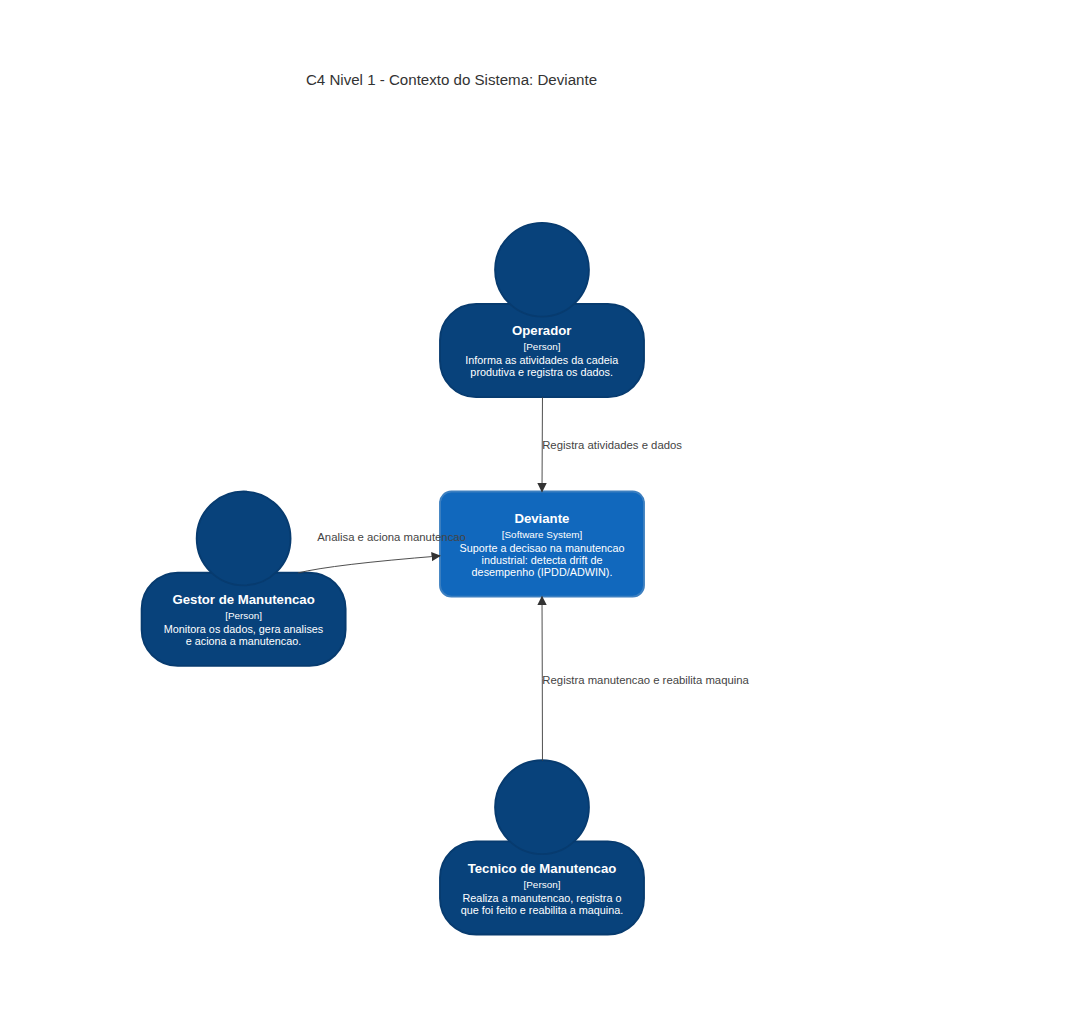
Above: architecture/c4/level 1.png in aland3r/deviante-docs (Mermaid), before the change. Its source is kept beside it as architecture/c4/level 1.mmd.
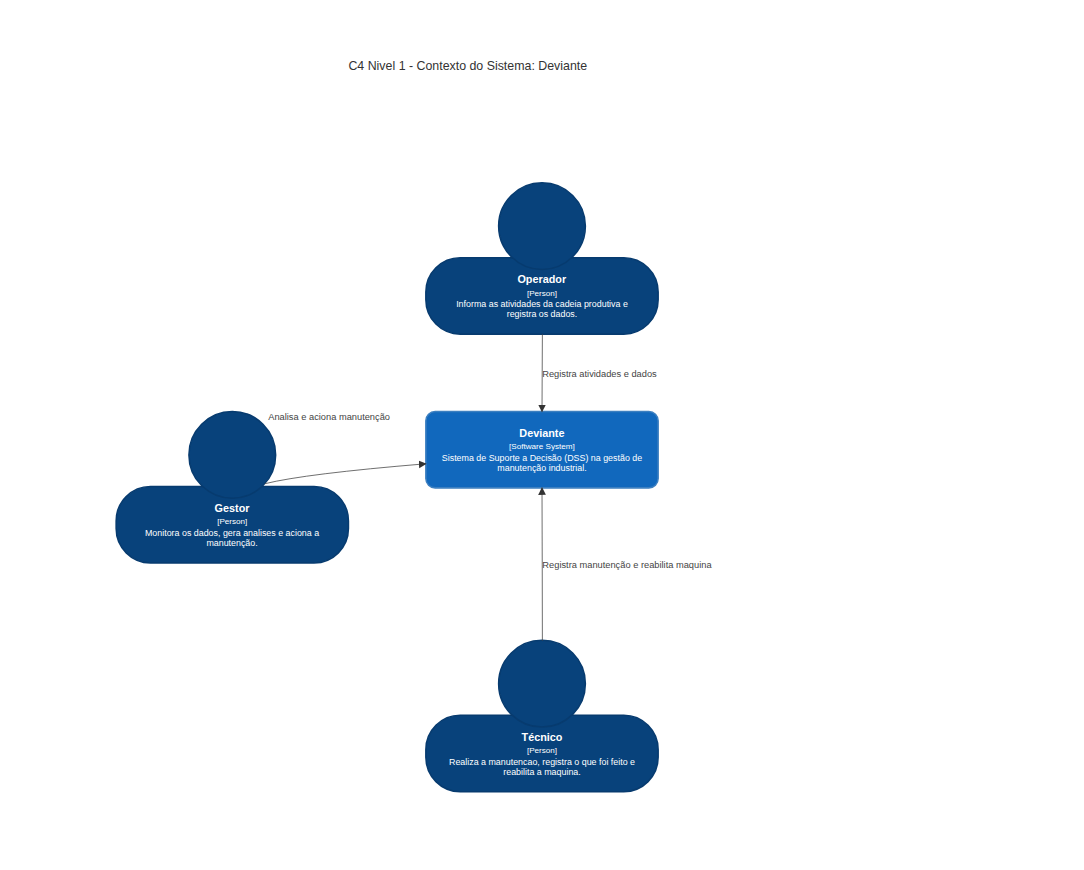
After the change.

Commit message:
C4 nível 1: textos novos, Deviante mais largo e rótulo do gestor à esquerda

Claude-Session: https://claude.ai/code/session_01AmE5KfE7b9iNvkkPZemtYe

Change to the diagram source:
```diff
@@ -1,21 +1,22 @@
+%%{init: {"c4": {"width": 300}}}%%
 C4Context
     title C4 Nivel 1 - Contexto do Sistema: Deviante
 
     System(e1, " ", " ")
     Person(operador, "Operador", "Informa as atividades da cadeia produtiva e registra os dados.")
     System(e2, " ", " ")
-    Person(gestor, "Gestor de Manutencao", "Monitora os dados, gera analises e aciona a manutencao.")
-    System(deviante, "Deviante", "Suporte a decisao na manutencao industrial: detecta drift de desempenho (IPDD/ADWIN).")
+    Person(gestor, "Gestor", "Monitora os dados, gera analises e aciona a manutenção.")
+    System(deviante, "Deviante", "Sistema de Suporte a Decisão (DSS) na gestão de manutenção industrial.")
     System(e3, " ", " ")
     System(e4, " ", " ")
-    Person(tecnico, "Tecnico de Manutencao", "Realiza a manutencao, registra o que foi feito e reabilita a maquina.")
+    Person(tecnico, "Técnico", "Realiza a manutencao, registra o que foi feito e reabilita a maquina.")
     System(e5, " ", " ")
 
     Rel(operador, deviante, "Registra atividades e dados")
-    Rel(gestor, deviante, "Analisa e aciona manutencao")
-    Rel(tecnico, deviante, "Registra manutencao e reabilita maquina")
+    Rel(gestor, deviante, "Analisa e aciona manutenção")
+    Rel(tecnico, deviante, "Registra manutenção e reabilita maquina")
 
-    UpdateRelStyle(gestor, deviante, $offsetX="-55", $offsetY="-30")
+    UpdateRelStyle(gestor, deviante, $offsetX="-100", $offsetY="-75")
 
     UpdateElementStyle(e1, $bgColor="transparent", $borderColor="transparent", $fontColor="transparent")
     UpdateElementStyle(e2, $bgColor="transparent", $borderColor="transparent", $fontColor="transparent")
```
